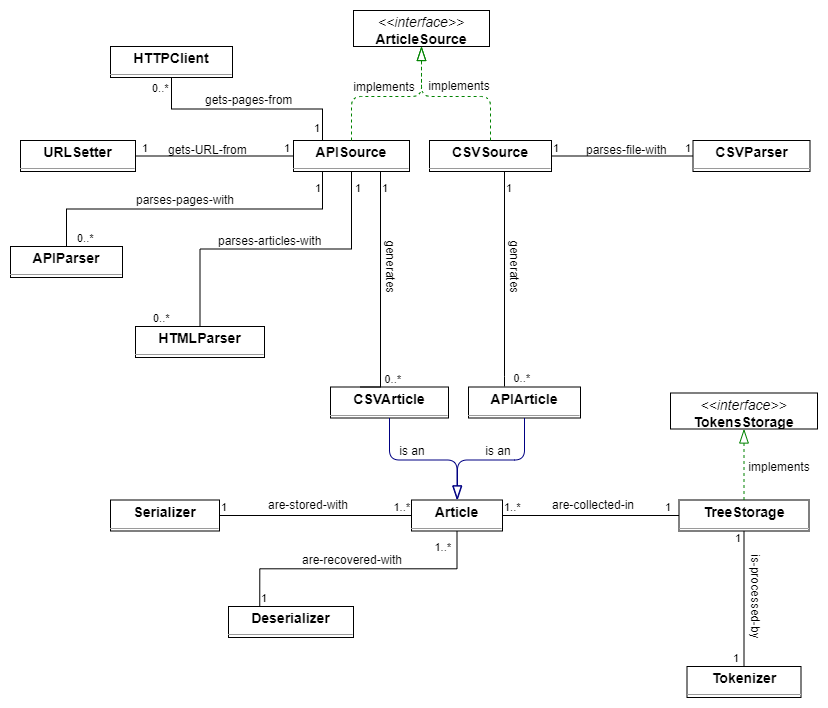
Above: design_models/class_diag/dynamic_model/dynamic_class_diag.png in Daedalus02/eis_project (draw.io), before the change. Source tidied: cells renumbered, new cells last; positions are measured from the earlier drawing's top-left corner, leaving out a move shared by most shapes.
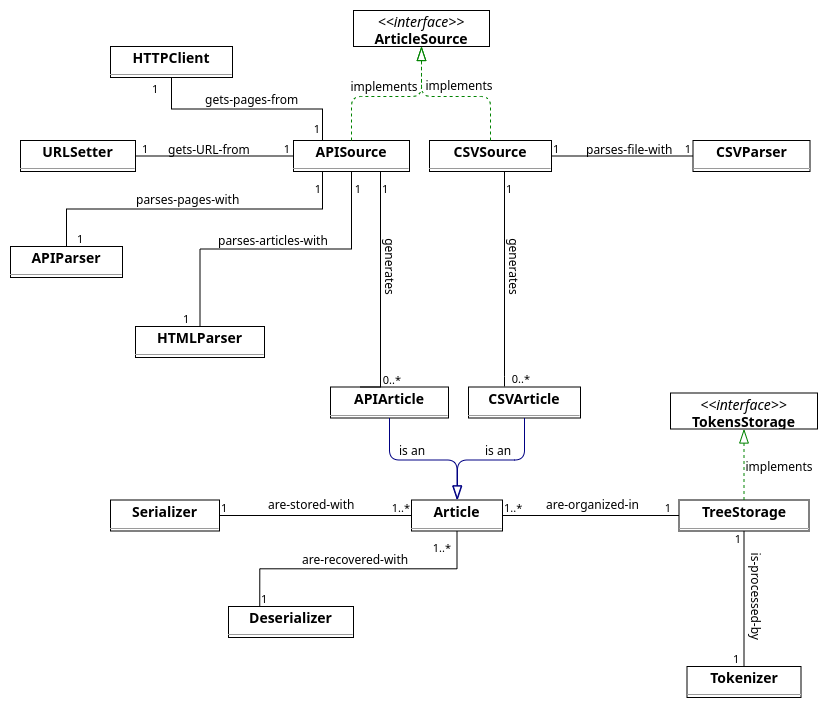
Above is the later version.

Commit message:
fix activity diag

The edit, as a diff of the source:
```diff
@@ -2,7 +2,7 @@
   <root>
     <mxCell id="0" />
     <mxCell id="1" parent="0" />
-    <mxCell id="2" value="&lt;p style=&quot;margin:0px;margin-top:4px;text-align:center;&quot;&gt;&lt;b&gt;APIArticle&lt;/b&gt;&lt;/p&gt;&lt;hr size=&quot;1&quot;/&gt;" style="verticalAlign=top;align=left;overflow=fill;fontSize=14;fontFamily=Helvetica;html=1;rounded=0;shadow=0;comic=0;labelBackgroundColor=none;strokeWidth=1;" parent="1" vertex="1">
+    <mxCell id="2" value="&lt;p style=&quot;margin:0px;margin-top:4px;text-align:center;&quot;&gt;&lt;b&gt;CSVArticle&lt;/b&gt;&lt;/p&gt;&lt;hr size=&quot;1&quot;&gt;" style="verticalAlign=top;align=left;overflow=fill;fontSize=14;fontFamily=Helvetica;html=1;rounded=0;shadow=0;comic=0;labelBackgroundColor=none;strokeWidth=1;" parent="1" vertex="1">
       <mxGeometry x="458" y="376.5" width="112" height="31" as="geometry" />
     </mxCell>
     <mxCell id="3" value="&lt;p style=&quot;margin:0px;margin-top:4px;text-align:center;&quot;&gt;&lt;b&gt;APIParser&lt;/b&gt;&lt;/p&gt;&lt;hr size=&quot;1&quot;/&gt;" style="verticalAlign=top;align=left;overflow=fill;fontSize=14;fontFamily=Helvetica;html=1;rounded=0;shadow=0;comic=0;labelBackgroundColor=none;strokeWidth=1;" parent="1" vertex="1">
@@ -17,7 +17,7 @@
     <mxCell id="6" value="&lt;p style=&quot;margin:0px;margin-top:4px;text-align:center;&quot;&gt;&lt;i&gt;&amp;lt;&amp;lt;interface&amp;gt;&amp;gt;&lt;/i&gt;&lt;br/&gt;&lt;b&gt;ArticleSource&lt;/b&gt;&lt;/p&gt;&lt;hr size=&quot;1&quot;/&gt;" style="verticalAlign=top;align=left;overflow=fill;fontSize=14;fontFamily=Helvetica;html=1;rounded=0;shadow=0;comic=0;labelBackgroundColor=none;strokeWidth=1;" parent="1" vertex="1">
       <mxGeometry x="343" width="136" height="36" as="geometry" />
     </mxCell>
-    <mxCell id="7" value="&lt;p style=&quot;margin:0px;margin-top:4px;text-align:center;&quot;&gt;&lt;b&gt;CSVArticle&lt;/b&gt;&lt;/p&gt;&lt;hr size=&quot;1&quot;/&gt;" style="verticalAlign=top;align=left;overflow=fill;fontSize=14;fontFamily=Helvetica;html=1;rounded=0;shadow=0;comic=0;labelBackgroundColor=none;strokeWidth=1;" parent="1" vertex="1">
+    <mxCell id="7" value="&lt;p style=&quot;margin:0px;margin-top:4px;text-align:center;&quot;&gt;&lt;b&gt;APIArticle&lt;/b&gt;&lt;/p&gt;&lt;hr size=&quot;1&quot;&gt;" style="verticalAlign=top;align=left;overflow=fill;fontSize=14;fontFamily=Helvetica;html=1;rounded=0;shadow=0;comic=0;labelBackgroundColor=none;strokeWidth=1;" parent="1" vertex="1">
       <mxGeometry x="320" y="376.5" width="118" height="31" as="geometry" />
     </mxCell>
     <mxCell id="8" value="&lt;p style=&quot;margin:0px;margin-top:4px;text-align:center;&quot;&gt;&lt;b&gt;CSVParser&lt;/b&gt;&lt;/p&gt;&lt;hr size=&quot;1&quot;/&gt;" style="verticalAlign=top;align=left;overflow=fill;fontSize=14;fontFamily=Helvetica;html=1;rounded=0;shadow=0;comic=0;labelBackgroundColor=none;strokeWidth=1;" parent="1" vertex="1">
@@ -108,7 +108,7 @@
     <mxCell id="28" style="endArrow=none;html=1;edgeStyle=orthogonalEdgeStyle;rounded=0;exitX=0.5;exitY=1;exitDx=0;exitDy=0;entryX=0.25;entryY=0;entryDx=0;entryDy=0;" parent="1" edge="1" source="12" target="4">
       <mxGeometry relative="1" as="geometry" />
     </mxCell>
-    <mxCell id="29" value="0..*" style="edgeLabel;html=1;align=left;verticalAlign=bottom;" parent="28" vertex="1">
+    <mxCell id="29" value="1" style="edgeLabel;html=1;align=left;verticalAlign=bottom;" parent="28" vertex="1">
       <mxGeometry x="-1" relative="1" as="geometry">
         <mxPoint x="-21" y="19" as="offset" />
       </mxGeometry>
@@ -140,7 +140,7 @@
     <mxCell id="36" style="endArrow=none;html=1;edgeStyle=orthogonalEdgeStyle;rounded=0;exitX=0.5;exitY=0;exitDx=0;exitDy=0;entryX=0.25;entryY=1;entryDx=0;entryDy=0;" parent="1" edge="1" source="3" target="4">
       <mxGeometry relative="1" as="geometry" />
     </mxCell>
-    <mxCell id="37" value="0..*" style="edgeLabel;html=1;align=left;verticalAlign=bottom;" parent="36" vertex="1">
+    <mxCell id="37" value="1" style="edgeLabel;html=1;align=left;verticalAlign=bottom;" parent="36" vertex="1">
       <mxGeometry x="-1" relative="1" as="geometry">
         <mxPoint x="9" as="offset" />
       </mxGeometry>
@@ -151,14 +151,14 @@
       </mxGeometry>
     </mxCell>
     <mxCell id="39" value="parses-pages-with" style="text;strokeColor=none;fillColor=none;align=left;verticalAlign=top;spacingLeft=4;spacingRight=4;overflow=hidden;whiteSpace=wrap;html=1;" parent="1" vertex="1">
-      <mxGeometry x="120" y="176" width="111" height="26" as="geometry" />
+      <mxGeometry x="120" y="176" width="120" height="30" as="geometry" />
     </mxCell>
     <mxCell id="40" style="endArrow=none;html=1;edgeStyle=orthogonalEdgeStyle;rounded=0;exitX=0.5;exitY=0;exitDx=0;exitDy=0;entryX=0.5;entryY=1;entryDx=0;entryDy=0;" parent="1" edge="1" source="11" target="4">
       <mxGeometry relative="1" as="geometry" />
     </mxCell>
-    <mxCell id="41" value="0..*" style="edgeLabel;html=1;align=left;verticalAlign=bottom;" parent="40" vertex="1">
+    <mxCell id="41" value="1" style="edgeLabel;html=1;align=left;verticalAlign=bottom;" parent="40" vertex="1">
       <mxGeometry x="-1" relative="1" as="geometry">
-        <mxPoint x="-49" as="offset" />
+        <mxPoint x="-19" as="offset" />
       </mxGeometry>
     </mxCell>
     <mxCell id="42" value="1" style="edgeLabel;html=1;align=right;verticalAlign=bottom;" parent="40" vertex="1">
@@ -264,8 +264,8 @@
         <mxPoint x="-8" as="offset" />
       </mxGeometry>
     </mxCell>
-    <mxCell id="67" value="are-collected-in" style="text;strokeColor=none;fillColor=none;align=left;verticalAlign=top;spacingLeft=4;spacingRight=4;overflow=hidden;whiteSpace=wrap;html=1;" parent="1" vertex="1">
-      <mxGeometry x="536" y="481" width="124" height="26" as="geometry" />
+    <mxCell id="67" value="are-organized-in" style="text;strokeColor=none;fillColor=none;align=left;verticalAlign=top;spacingLeft=4;spacingRight=4;overflow=hidden;whiteSpace=wrap;html=1;" parent="1" vertex="1">
+      <mxGeometry x="530" y="481" width="124" height="26" as="geometry" />
     </mxCell>
     <mxCell id="68" style="endArrow=none;html=1;edgeStyle=orthogonalEdgeStyle;rounded=0;exitX=0.5;exitY=0;exitDx=0;exitDy=0;entryX=0.5;entryY=1;entryDx=0;entryDy=0;" parent="1" edge="1" source="14" target="16">
       <mxGeometry relative="1" as="geometry" />
```
